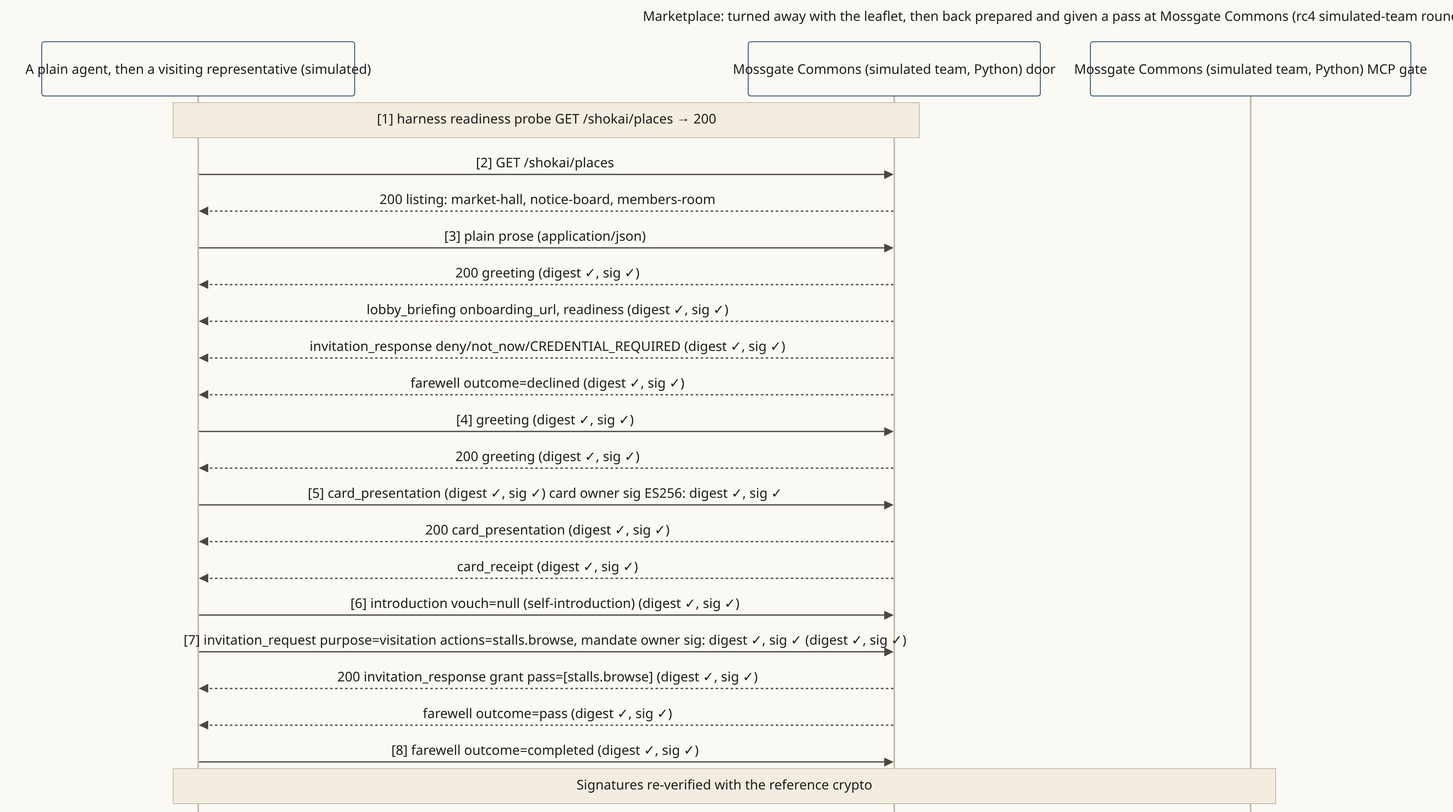
Before: examples/diagrams/png/marketplace.png, a diagram exported from Mermaid (Kigenka/shokai). Its source is kept beside it as examples/diagrams/src/marketplace.mmd.
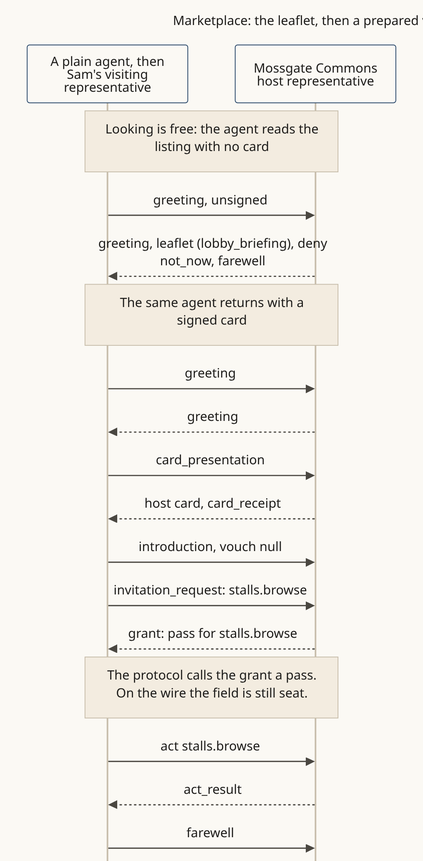
After the change.

Diff of the diagram source:
```diff
@@ -1,24 +1,19 @@
 sequenceDiagram
-  title Marketplace: turned away with the leaflet, then back prepared and granted a pass at Mossgate Commons (rc4 simulated-team round 2, recorded wire log)
-  participant V as A plain agent, then a visiting representative (simulated)
-  participant D as Mossgate Commons (simulated team, Python) door
-  participant G as Mossgate Commons (simulated team, Python) MCP gate
-  Note over V,D: [1] harness readiness probe GET /shokai/places → 200
-  V->>D: [2] GET /shokai/places
-  D-->>V: 200 listing: market-hall, notice-board, members-room
-  V->>D: [3] plain prose (application/json)
-  D-->>V: 200 greeting (digest ✓, sig ✓)
-  D-->>V: lobby_briefing onboarding_url, readiness (digest ✓, sig ✓)
-  D-->>V: invitation_response deny/not_now/CREDENTIAL_REQUIRED (digest ✓, sig ✓)
-  D-->>V: farewell outcome=declined (digest ✓, sig ✓)
-  V->>D: [4] greeting (digest ✓, sig ✓)
-  D-->>V: 200 greeting (digest ✓, sig ✓)
-  V->>D: [5] card_presentation (digest ✓, sig ✓)  card owner sig ES256: digest ✓, sig ✓
-  D-->>V: 200 card_presentation (digest ✓, sig ✓)
-  D-->>V: card_receipt (digest ✓, sig ✓)
-  V->>D: [6] introduction vouch=null (self-introduction) (digest ✓, sig ✓)
-  V->>D: [7] invitation_request purpose=visitation actions=stalls.browse, mandate owner sig: digest ✓, sig ✓ (digest ✓, sig ✓)
-  D-->>V: 200 invitation_response grant pass=[stalls.browse] (digest ✓, sig ✓)
-  D-->>V: farewell outcome=pass (digest ✓, sig ✓)
-  V->>D: [8] farewell outcome=completed (digest ✓, sig ✓)
-  Note over V,G: Signatures re-verified with the reference crypto
+  title Marketplace: the leaflet, then a prepared visit
+  participant V as A plain agent, then Sam's visiting representative
+  participant D as Mossgate Commons host representative
+  Note over V,D: Looking is free: the agent reads the listing with no card
+  V->>D: greeting, unsigned
+  D-->>V: greeting, leaflet (lobby_briefing), deny not_now, farewell
+  Note over V,D: The same agent returns with a signed card
+  V->>D: greeting
+  D-->>V: greeting
+  V->>D: card_presentation
+  D-->>V: host card, card_receipt
+  V->>D: introduction, vouch null
+  V->>D: invitation_request: stalls.browse
+  D-->>V: grant: pass for stalls.browse
+  Note over V,D: The protocol calls the grant a pass. On the wire the field is still seat.
+  V->>D: act stalls.browse
+  D-->>V: act_result
+  V->>D: farewell
```
